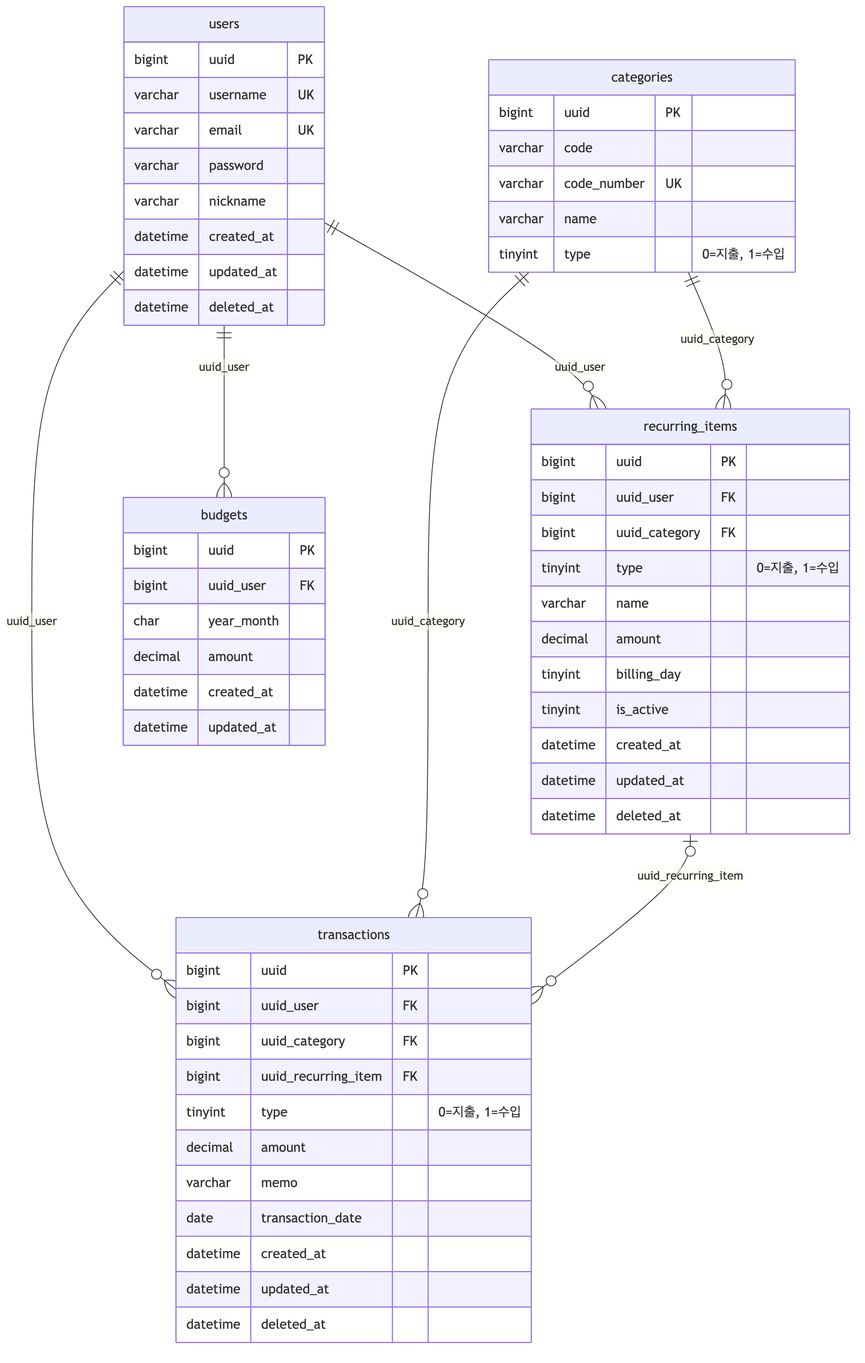
Earlier version of the Mermaid export docs/images/erd.png (LikeLionTeam4/ShowMeTheMoney-infra). Its source is kept beside it as docs/images/erd.mmd. Its diagram source:
```mermaid
erDiagram
    users {
        bigint uuid PK
        varchar username UK
        varchar email UK
        varchar password
        varchar nickname
        datetime created_at
        datetime updated_at
        datetime deleted_at
    }

    categories {
        bigint uuid PK
        varchar code
        varchar code_number UK
        varchar name
        tinyint type "0=지출, 1=수입"
    }

    transactions {
        bigint uuid PK
        bigint uuid_user FK
        bigint uuid_category FK
        bigint uuid_recurring_item FK
        tinyint type "0=지출, 1=수입"
        decimal amount
        varchar memo
        date transaction_date
        datetime created_at
        datetime updated_at
        datetime deleted_at
    }

    recurring_items {
        bigint uuid PK
        bigint uuid_user FK
        bigint uuid_category FK
        tinyint type "0=지출, 1=수입"
        varchar name
        decimal amount
        tinyint billing_day
        tinyint is_active
        datetime created_at
        datetime updated_at
        datetime deleted_at
    }

    budgets {
        bigint uuid PK
        bigint uuid_user FK
        char year_month
        decimal amount
        datetime created_at
        datetime updated_at
    }

    users ||--o{ transactions : "uuid_user"
    users ||--o{ recurring_items : "uuid_user"
    users ||--o{ budgets : "uuid_user"
    categories ||--o{ transactions : "uuid_category"
    categories ||--o{ recurring_items : "uuid_category"
    recurring_items |o--o{ transactions : "uuid_recurring_item"
```
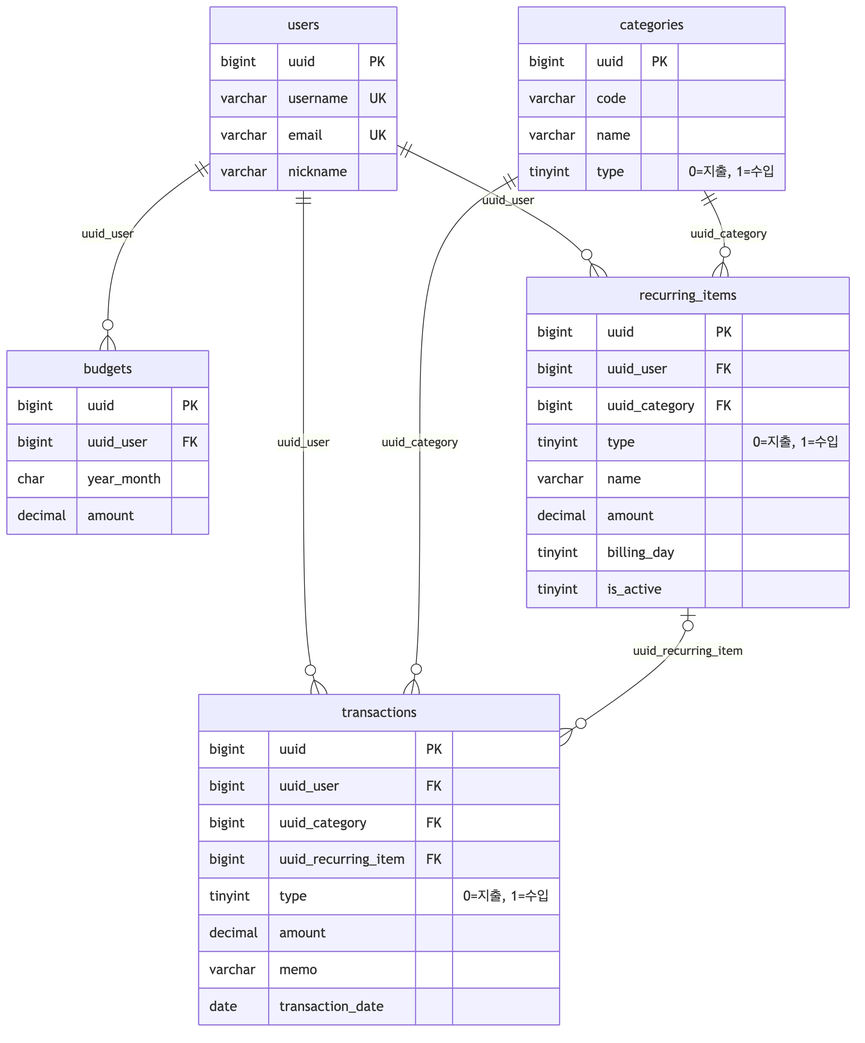
Above is the later version.

Commit message:
docs: ERD 다이어그램 정리 (선 교차 제거)

타임스탬프 공통 컬럼을 생략하고 엔티티/관계 선언 순서를 정리해
선 교차 없는 레이아웃으로 ERD를 다시 그렸다.

Diff of the diagram source:
```diff
@@ -3,19 +3,32 @@
         bigint uuid PK
         varchar username UK
         varchar email UK
-        varchar password
         varchar nickname
-        datetime created_at
-        datetime updated_at
-        datetime deleted_at
+    }
+
+    budgets {
+        bigint uuid PK
+        bigint uuid_user FK
+        char year_month
+        decimal amount
     }
 
     categories {
         bigint uuid PK
         varchar code
-        varchar code_number UK
         varchar name
         tinyint type "0=지출, 1=수입"
+    }
+
+    recurring_items {
+        bigint uuid PK
+        bigint uuid_user FK
+        bigint uuid_category FK
+        tinyint type "0=지출, 1=수입"
+        varchar name
+        decimal amount
+        tinyint billing_day
+        tinyint is_active
     }
 
     transactions {
@@ -27,37 +40,11 @@
         decimal amount
         varchar memo
         date transaction_date
-        datetime created_at
-        datetime updated_at
-        datetime deleted_at
     }
 
-    recurring_items {
-        bigint uuid PK
-        bigint uuid_user FK
-        bigint uuid_category FK
-        tinyint type "0=지출, 1=수입"
-        varchar name
-        decimal amount
-        tinyint billing_day
-        tinyint is_active
-        datetime created_at
-        datetime updated_at
-        datetime deleted_at
-    }
-
-    budgets {
-        bigint uuid PK
-        bigint uuid_user FK
-        char year_month
-        decimal amount
-        datetime created_at
-        datetime updated_at
-    }
-
+    users ||--o{ budgets : "uuid_user"
+    users ||--o{ recurring_items : "uuid_user"
     users ||--o{ transactions : "uuid_user"
-    users ||--o{ recurring_items : "uuid_user"
-    users ||--o{ budgets : "uuid_user"
+    categories ||--o{ recurring_items : "uuid_category"
     categories ||--o{ transactions : "uuid_category"
-    categories ||--o{ recurring_items : "uuid_category"
     recurring_items |o--o{ transactions : "uuid_recurring_item"
```
